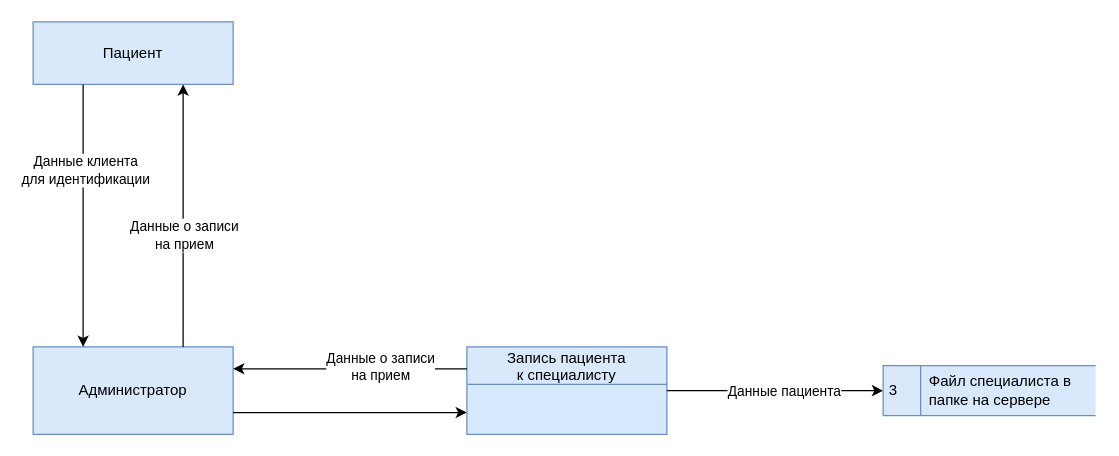
Earlier version of the draw.io diagram page "Запись пациента к специалисту" (2 of 7) of Task1/Diagrams.drawio (vir37/architecture-medikamente). Source tidied: cells renumbered, new cells numbered last; positions are measured from the earlier drawing's top-left corner, leaving out a move shared by most shapes. Both pictures are drawn from the tidied source at 125%, with x=0, y=0 at pixel (32, 21).
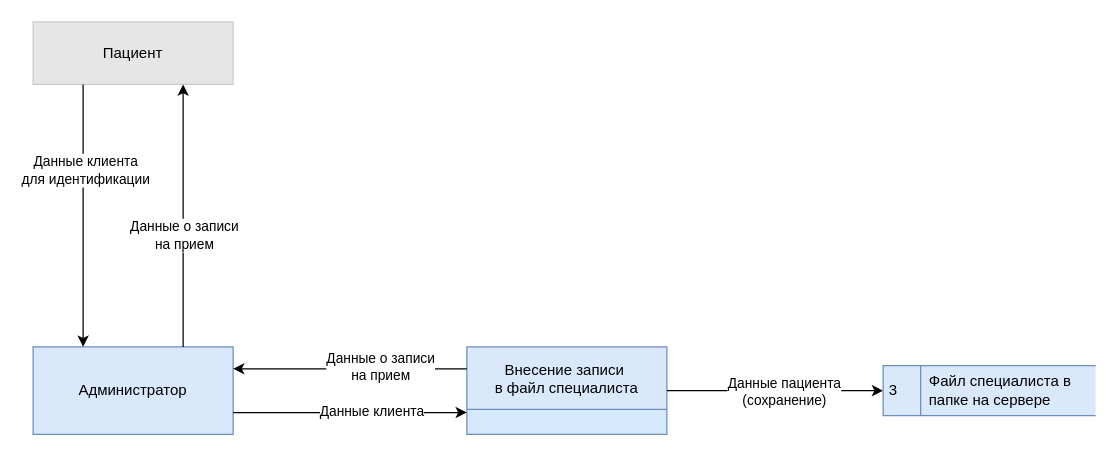
Above is the later version.

What changed in the source:
```diff
@@
 <mxGraphModel>
   <root>
     <mxCell id="0" />
     <mxCell id="1" parent="0" />
     <mxCell id="2" value="Администратор" style="html=1;dashed=0;whiteSpace=wrap;fillColor=#dae8fc;strokeColor=#6c8ebf;" parent="1" vertex="1">
       <mxGeometry y="260" width="160" height="70" as="geometry" />
     </mxCell>
-    <mxCell id="3" value="Запись пациента &#10;к специалисту" style="swimlane;fontStyle=0;horizontal=1;startSize=30;fillColor=#dae8fc;swimlaneFillColor=#D5E8FC;strokeColor=#6c8ebf;" parent="1" vertex="1">
+    <mxCell id="3" value="Внесение записи &#10;в файл специалиста" style="swimlane;fontStyle=0;horizontal=1;startSize=50;fillColor=#dae8fc;swimlaneFillColor=#D5E8FC;strokeColor=#6c8ebf;" parent="1" vertex="1">
       <mxGeometry x="347" y="260" width="160" height="70" as="geometry" />
     </mxCell>
     <mxCell id="4" style="endArrow=classic;html=1;rounded=0;exitX=1;exitY=0.75;exitDx=0;exitDy=0;entryX=0;entryY=0.75;entryDx=0;entryDy=0;" parent="1" edge="1" source="2" target="3">
       <mxGeometry relative="1" as="geometry" />
     </mxCell>
+    <mxCell id="17" value="Данные клиента" style="edgeLabel;html=1;align=center;verticalAlign=middle;" parent="4" vertex="1">
+      <mxGeometry x="0.18" y="1" relative="1" as="geometry" />
+    </mxCell>
     <mxCell id="5" style="endArrow=classic;html=1;rounded=0;exitX=1;exitY=0.5;exitDx=0;exitDy=0;entryX=0;entryY=0.5;entryDx=0;entryDy=0;" parent="1" edge="1" source="3" target="13">
       <mxGeometry relative="1" as="geometry" />
     </mxCell>
-    <mxCell id="6" value="Данные пациента" style="edgeLabel;html=1;align=center;verticalAlign=middle;" parent="5" vertex="1">
+    <mxCell id="6" value="Данные пациента&lt;div&gt;(сохранение)&lt;/div&gt;" style="edgeLabel;html=1;align=center;verticalAlign=middle;" parent="5" vertex="1">
       <mxGeometry x="0.07" relative="1" as="geometry" />
     </mxCell>
-    <mxCell id="7" value="Пациент" style="html=1;dashed=0;whiteSpace=wrap;fillColor=#dae8fc;strokeColor=#6c8ebf;" parent="1" vertex="1">
+    <mxCell id="7" value="Пациент" style="html=1;dashed=0;whiteSpace=wrap;fillColor=#E6E6E6;strokeColor=#CCCCCC;" parent="1" vertex="1">
       <mxGeometry width="160" height="50" as="geometry" />
     </mxCell>
     <mxCell id="8" style="endArrow=classic;html=1;rounded=0;exitX=0.25;exitY=1;exitDx=0;exitDy=0;entryX=0.25;entryY=0;entryDx=0;entryDy=0;" parent="1" edge="1" source="7" target="2">
       <mxGeometry relative="1" as="geometry" />
     </mxCell>
     <mxCell id="9" value="Данные клиента&lt;br&gt;для идентификации" style="edgeLabel;html=1;align=center;verticalAlign=middle;" parent="8" vertex="1">
       <mxGeometry x="-0.35" y="1" relative="1" as="geometry" />
     </mxCell>
     <mxCell id="10" style="endArrow=classic;html=1;rounded=0;exitX=0.75;exitY=0;exitDx=0;exitDy=0;entryX=0.75;entryY=1;entryDx=0;entryDy=0;" parent="1" edge="1" source="2" target="7">
       <mxGeometry relative="1" as="geometry" />
     </mxCell>
     <mxCell id="11" value="Данные о записи&lt;br&gt;на прием" style="edgeLabel;html=1;align=center;verticalAlign=middle;" parent="10" vertex="1">
       <mxGeometry x="-0.14" relative="1" as="geometry" />
     </mxCell>
     <mxCell id="12" style="group;" parent="1" vertex="1">
       <mxGeometry x="680" y="275" width="170" height="40" as="geometry" />
     </mxCell>
     <mxCell id="13" value="3" style="html=1;dashed=0;whiteSpace=wrap;shape=mxgraph.dfd.dataStoreID;align=left;spacingLeft=3;points=[[0,0],[0.5,0],[1,0],[0,0.5],[1,0.5],[0,1],[0.5,1],[1,1]];fillColor=#dae8fc;strokeColor=#6c8ebf;" parent="12" vertex="1">
       <mxGeometry width="170" height="40" as="geometry" />
     </mxCell>
     <mxCell id="14" value="Файл специалиста в&lt;br&gt;папке на сервере" style="text;html=1;strokeColor=none;fillColor=#dae8fc;align=left;verticalAlign=middle;whiteSpace=wrap;overflow=hidden;" parent="12" vertex="1">
       <mxGeometry x="35" y="2.5" width="126" height="35" as="geometry" />
     </mxCell>
     <mxCell id="15" style="endArrow=classic;html=1;rounded=0;exitX=0;exitY=0.25;exitDx=0;exitDy=0;entryX=1;entryY=0.25;entryDx=0;entryDy=0;" parent="1" edge="1" source="3" target="2">
       <mxGeometry relative="1" as="geometry" />
     </mxCell>
     <mxCell id="16" value="Данные о записи&lt;br&gt;на прием" style="edgeLabel;html=1;align=center;verticalAlign=middle;" parent="15" vertex="1">
       <mxGeometry x="-0.25" y="-2" relative="1" as="geometry" />
     </mxCell>
   </root>
 </mxGraphModel>
```
